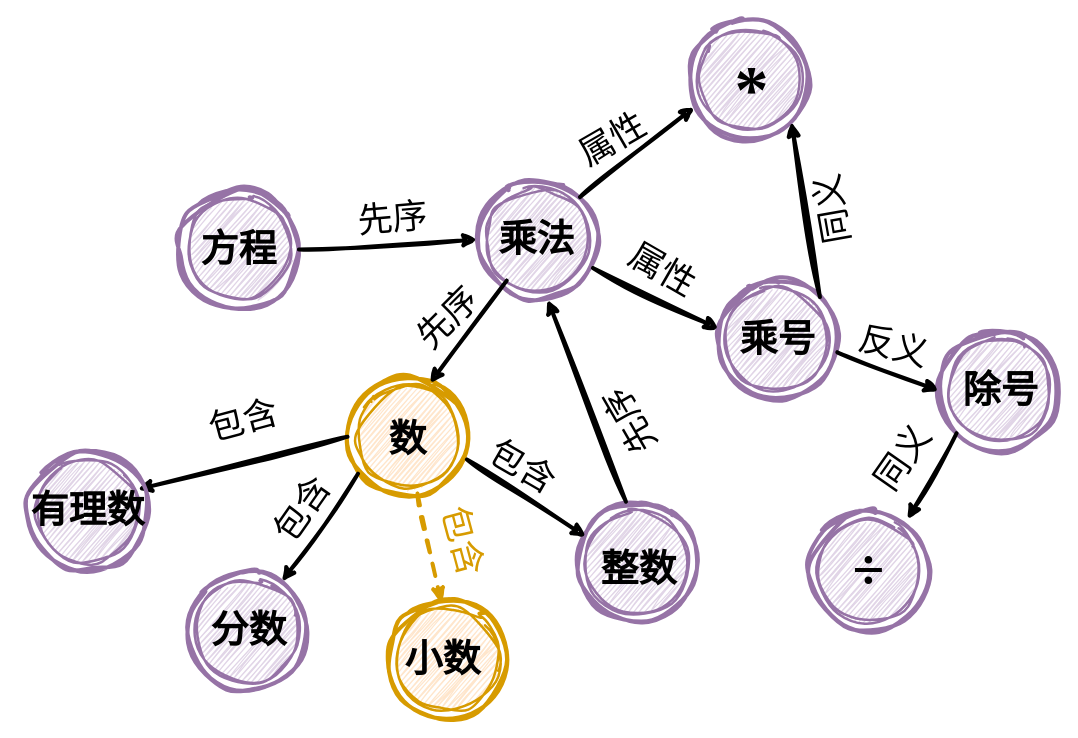
yjq12/DeepKE keeps this draw.io diagram as ckg.drawio. Above is the earlier version. Source tidied: cells renumbered, new cells numbered last; positions are measured from the earlier drawing's top-left corner, leaving out a move shared by most shapes. Both pictures are drawn from the tidied source at 100%, with x=0, y=0 at pixel (17, 19).
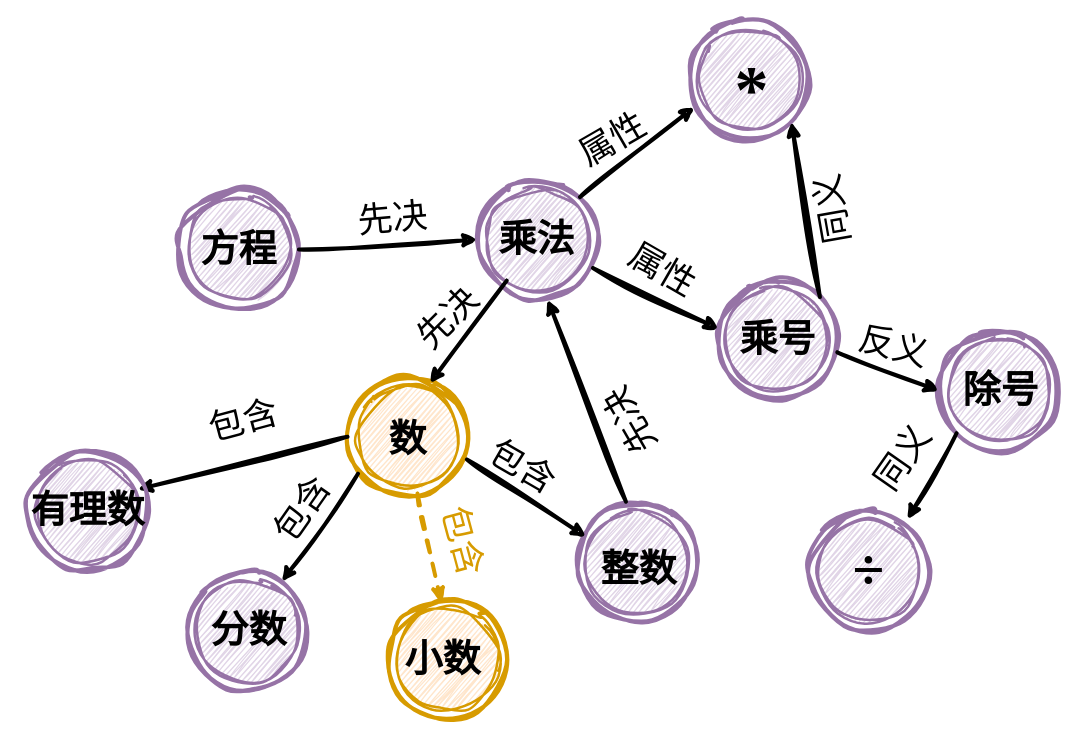
The same diagram, later.

What changed in the source:
```diff
@@
-    <mxCell id="50" value="&lt;font face=&quot;Times New Roman&quot;&gt;&lt;span style=&quot;font-size: 35px;&quot;&gt;先序&lt;/span&gt;&lt;/font&gt;" style="text;html=1;align=center;verticalAlign=middle;strokeColor=none;fillColor=none;fontFamily=Architects Daughter;rotation=-120;" parent="1" vertex="1">
+    <mxCell id="50" value="&lt;font face=&quot;Times New Roman&quot;&gt;&lt;span style=&quot;font-size: 35px;&quot;&gt;先决&lt;/span&gt;&lt;/font&gt;" style="text;html=1;align=center;verticalAlign=middle;strokeColor=none;fillColor=none;fontFamily=Architects Daughter;rotation=-120;" parent="1" vertex="1">
       <mxGeometry x="568.6" y="371.4" width="90" height="60" as="geometry" />
     </mxCell>
@@
-    <mxCell id="52" value="&lt;font face=&quot;Times New Roman&quot;&gt;&lt;span style=&quot;font-size: 35px;&quot;&gt;先序&lt;/span&gt;&lt;/font&gt;" style="text;html=1;align=center;verticalAlign=middle;strokeColor=none;fillColor=none;fontFamily=Architects Daughter;rotation=-5;" parent="1" vertex="1">
+    <mxCell id="52" value="&lt;font face=&quot;Times New Roman&quot;&gt;&lt;span style=&quot;font-size: 35px;&quot;&gt;先决&lt;/span&gt;&lt;/font&gt;" style="text;html=1;align=center;verticalAlign=middle;strokeColor=none;fillColor=none;fontFamily=Architects Daughter;rotation=-5;" parent="1" vertex="1">
       <mxGeometry x="330" y="168.6" width="90" height="60" as="geometry" />
     </mxCell>
-    <mxCell id="53" value="&lt;font face=&quot;Times New Roman&quot;&gt;&lt;span style=&quot;font-size: 35px;&quot;&gt;先序&lt;/span&gt;&lt;/font&gt;" style="text;html=1;align=center;verticalAlign=middle;strokeColor=none;fillColor=none;fontFamily=Architects Daughter;rotation=-45;" parent="1" vertex="1">
+    <mxCell id="53" value="&lt;font face=&quot;Times New Roman&quot;&gt;&lt;span style=&quot;font-size: 35px;&quot;&gt;先决&lt;/span&gt;&lt;/font&gt;" style="text;html=1;align=center;verticalAlign=middle;strokeColor=none;fillColor=none;fontFamily=Architects Daughter;rotation=-45;" parent="1" vertex="1">
       <mxGeometry x="385" y="268.6" width="90" height="60" as="geometry" />
     </mxCell>
```
